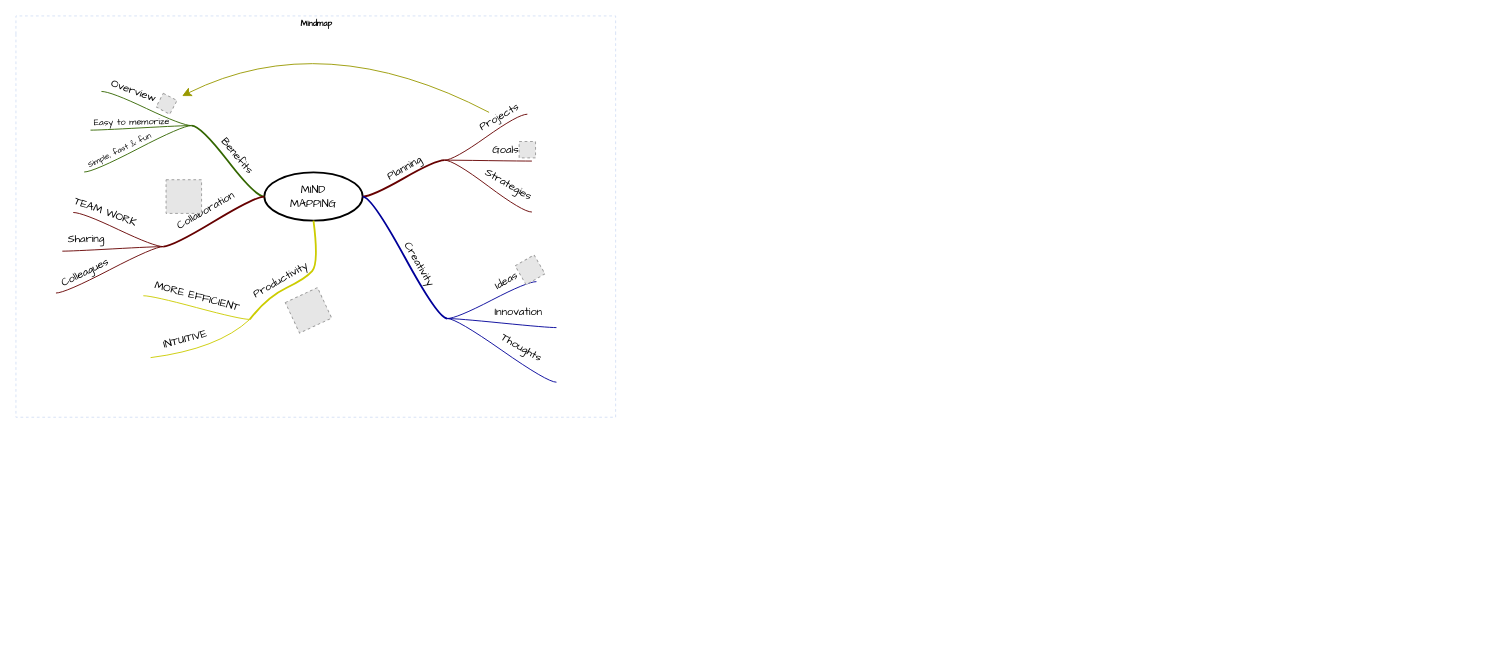
The draw.io diagram Cloud/AWS/Amazon BedRock.drawio in FilledVaccum/MindMaps, before the edit. Source tidied: cells renumbered, new cells numbered last; positions are measured from the earlier drawing's top-left corner, leaving out a move shared by most shapes. Both pictures are drawn from the tidied source at 91%, with x=0, y=0 at pixel (15, 15). Pictures stored in the file or linked from it are replaced by grey dashed boxes.
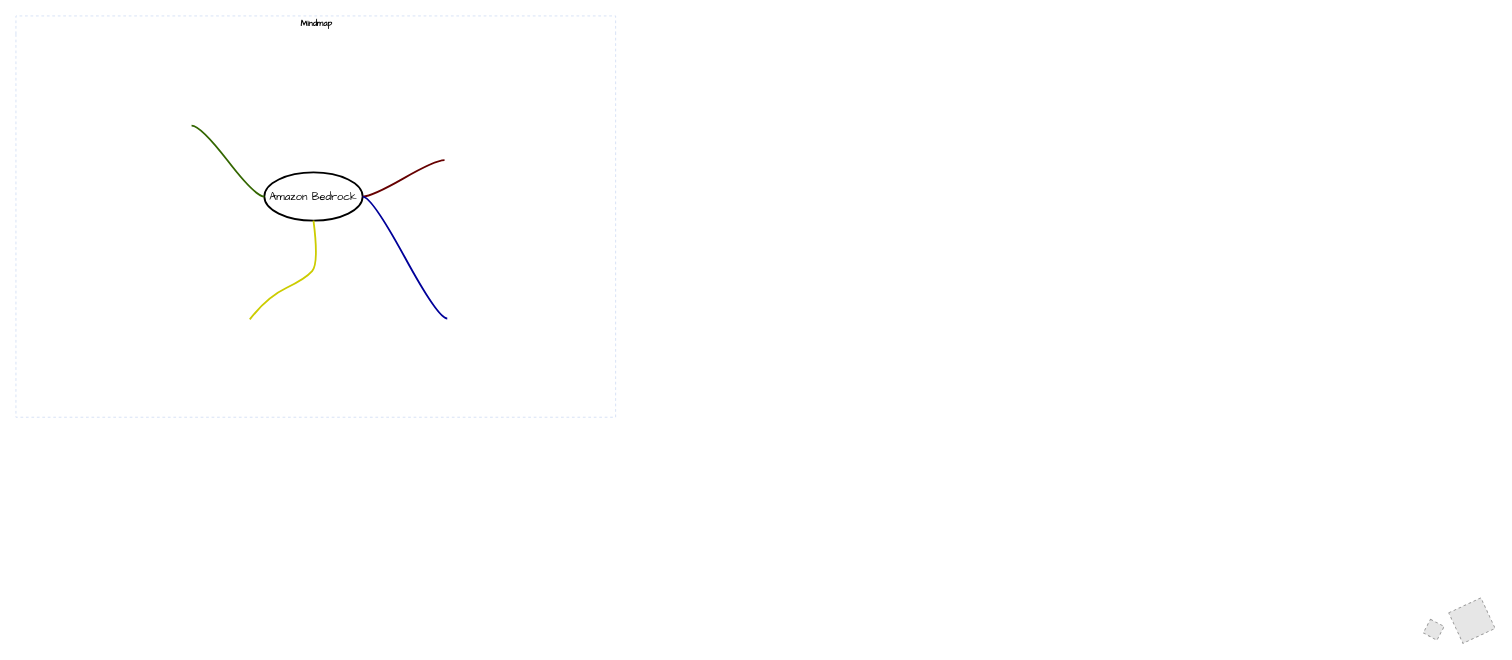
The same page after the edit.

The change refers to these unchanged cells:
```xml
<mxCell id="2" value="Mindmap" style="swimlane;html=1;startSize=20;horizontal=1;containerType=tree;labelBackgroundColor=none;strokeColor=#D4E1F5;strokeWidth=1;fillColor=none;fontFamily=Comic Sans MS;fontSize=9;swimlaneLine=0;dashed=1;" parent="1" vertex="1">
  <mxGeometry width="659" height="441" as="geometry" />
</mxCell>
<mxCell id="4" style="whiteSpace=wrap;html=1;rounded=1;arcSize=50;align=center;verticalAlign=middle;strokeWidth=1;spacing=4;" parent="2" vertex="1">
  <mxGeometry x="471" y="158" height="1" as="geometry" />
</mxCell>
<mxCell id="5" style="edgeStyle=entityRelationEdgeStyle;startArrow=none;endArrow=none;segment=10;curved=1;strokeWidth=2;strokeColor=#660000;rounded=0;fontSize=12;startSize=8;endSize=8;" parent="2" edge="1" source="3" target="4">
  <mxGeometry relative="1" as="geometry" />
</mxCell>
<mxCell id="16" style="whiteSpace=wrap;html=1;rounded=1;arcSize=50;align=center;verticalAlign=middle;strokeWidth=1;spacing=4;" parent="2" vertex="1">
  <mxGeometry x="474" y="332" height="1" as="geometry" />
</mxCell>
<mxCell id="17" style="edgeStyle=entityRelationEdgeStyle;startArrow=none;endArrow=none;segment=10;curved=1;strokeWidth=2;strokeColor=#000099;rounded=0;fontSize=12;startSize=8;endSize=8;" parent="2" edge="1" source="3" target="16">
  <mxGeometry relative="1" as="geometry" />
</mxCell>
<mxCell id="32" style="whiteSpace=wrap;html=1;rounded=1;arcSize=50;align=center;verticalAlign=middle;strokeWidth=1;spacing=4;" parent="2" vertex="1">
  <mxGeometry x="193" y="120" height="1" as="geometry" />
</mxCell>
<mxCell id="33" style="edgeStyle=entityRelationEdgeStyle;startArrow=none;endArrow=none;segment=10;curved=1;strokeWidth=2;strokeColor=#336600;rounded=0;fontSize=12;startSize=8;endSize=8;" parent="2" edge="1" source="3" target="32">
  <mxGeometry relative="1" as="geometry" />
</mxCell>
<mxCell id="61" style="whiteSpace=wrap;html=1;rounded=1;arcSize=50;align=center;verticalAlign=middle;strokeWidth=1;spacing=4;" parent="2" vertex="1">
  <mxGeometry x="257" y="333" height="1" as="geometry" />
</mxCell>
<mxCell id="62" style="startArrow=none;endArrow=none;segment=10;strokeWidth=2;strokeColor=#CCCC00;exitX=0.5;exitY=1;curved=1;rounded=0;fontSize=12;startSize=8;endSize=8;" parent="2" edge="1" source="3" target="61">
  <mxGeometry relative="1" as="geometry">
    <Array as="points">
      <mxPoint x="333" y="272" />
      <mxPoint x="318" y="289" />
      <mxPoint x="276" y="309" />
    </Array>
  </mxGeometry>
</mxCell>
```

The edit, as a diff of the source:
```diff
@@
-    <mxCell id="3" value="&lt;font face=&quot;Comic Sans MS&quot;&gt;MIND&lt;br&gt;MAPPING&lt;/font&gt;" style="ellipse;whiteSpace=wrap;html=1;align=center;strokeWidth=2;" parent="2" vertex="1">
+    <mxCell id="3" value="&lt;font face=&quot;Comic Sans MS&quot;&gt;Amazon Bedrock&lt;br&gt;&lt;/font&gt;" style="ellipse;whiteSpace=wrap;html=1;align=center;strokeWidth=2;" parent="2" vertex="1">
       <mxGeometry x="273" y="172" width="108" height="53" as="geometry" />
     </mxCell>
@@
-    <mxCell id="6" value="Planning" style="text;html=1;align=center;verticalAlign=middle;labelBackgroundColor=none;rotation=-30;fontFamily=Comic Sans MS;" parent="5" vertex="1">
-      <mxGeometry x="0.02" y="2" relative="1" as="geometry">
-        <mxPoint x="1" y="-9" as="offset" />
-      </mxGeometry>
-    </mxCell>
-    <mxCell id="7" style="whiteSpace=wrap;html=1;rounded=1;arcSize=50;align=center;verticalAlign=middle;strokeWidth=1;spacing=4;" parent="2" vertex="1" collapsed="1">
-      <mxGeometry x="562" y="108" width="5" as="geometry" />
-    </mxCell>
-    <mxCell id="8" style="edgeStyle=entityRelationEdgeStyle;startArrow=none;endArrow=none;segment=10;curved=1;strokeColor=#660000;rounded=0;fontSize=12;startSize=8;endSize=8;" parent="2" edge="1" source="4" target="7">
-      <mxGeometry relative="1" as="geometry" />
-    </mxCell>
-    <mxCell id="9" value="Projects" style="text;html=1;points=[];align=center;verticalAlign=middle;labelBackgroundColor=none;fontFamily=Comic Sans MS;rotation=-30;" parent="8" vertex="1">
-      <mxGeometry x="0.26" relative="1" as="geometry">
-        <mxPoint x="3" y="-14" as="offset" />
-      </mxGeometry>
-    </mxCell>
-    <mxCell id="10" style="whiteSpace=wrap;html=1;rounded=1;arcSize=50;align=center;verticalAlign=middle;strokeWidth=1;spacing=4;" parent="2" vertex="1">
-      <mxGeometry x="567" y="159" height="1" as="geometry" />
-    </mxCell>
-    <mxCell id="11" style="edgeStyle=entityRelationEdgeStyle;startArrow=none;endArrow=none;segment=10;curved=1;strokeColor=#660000;rounded=0;fontSize=12;startSize=8;endSize=8;" parent="2" edge="1" source="4" target="10">
-      <mxGeometry relative="1" as="geometry" />
-    </mxCell>
-    <mxCell id="12" value="Goals" style="text;html=1;align=center;verticalAlign=middle;labelBackgroundColor=none;fontFamily=Comic Sans MS;rotation=0;" parent="11" vertex="1">
-      <mxGeometry x="-0.11" y="-1" relative="1" as="geometry">
-        <mxPoint x="24" y="-12" as="offset" />
-      </mxGeometry>
-    </mxCell>
-    <mxCell id="13" style="whiteSpace=wrap;html=1;rounded=1;arcSize=50;align=center;verticalAlign=middle;strokeWidth=1;spacing=4;" parent="2" vertex="1">
-      <mxGeometry x="567" y="215" height="1" as="geometry" />
-    </mxCell>
-    <mxCell id="14" style="edgeStyle=entityRelationEdgeStyle;startArrow=none;endArrow=none;segment=10;curved=1;strokeColor=#660000;rounded=0;fontSize=12;startSize=8;endSize=8;" parent="2" edge="1" source="4" target="13">
-      <mxGeometry relative="1" as="geometry" />
-    </mxCell>
-    <mxCell id="15" value="Strategies" style="text;html=1;align=center;verticalAlign=middle;labelBackgroundColor=none;fontFamily=Comic Sans MS;rotation=30;" parent="14" vertex="1">
-      <mxGeometry x="-0.11" y="-1" relative="1" as="geometry">
-        <mxPoint x="28" y="1" as="offset" />
-      </mxGeometry>
-    </mxCell>
@@
-    <mxCell id="18" value="Creativity" style="text;html=1;align=center;verticalAlign=middle;labelBackgroundColor=none;rotation=60;fontFamily=Comic Sans MS;" parent="17" vertex="1">
-      <mxGeometry x="0.02" y="2" relative="1" as="geometry">
-        <mxPoint x="13" y="6" as="offset" />
-      </mxGeometry>
-    </mxCell>
-    <mxCell id="19" style="whiteSpace=wrap;html=1;rounded=1;arcSize=50;align=center;verticalAlign=middle;strokeWidth=1;spacing=4;" parent="2" vertex="1">
-      <mxGeometry x="572" y="292" width="5" as="geometry" />
-    </mxCell>
-    <mxCell id="20" style="edgeStyle=entityRelationEdgeStyle;startArrow=none;endArrow=none;segment=10;curved=1;strokeColor=#000099;rounded=0;fontSize=12;startSize=8;endSize=8;" parent="2" edge="1" source="16" target="19">
-      <mxGeometry relative="1" as="geometry" />
-    </mxCell>
-    <mxCell id="21" value="Ideas" style="text;html=1;align=center;verticalAlign=middle;labelBackgroundColor=none;fontFamily=Comic Sans MS;rotation=-30;" parent="20" vertex="1">
-      <mxGeometry x="0.26" relative="1" as="geometry">
-        <mxPoint x="3" y="-14" as="offset" />
-      </mxGeometry>
-    </mxCell>
-    <mxCell id="22" style="whiteSpace=wrap;html=1;rounded=1;arcSize=50;align=center;verticalAlign=middle;strokeWidth=1;spacing=4;" parent="2" vertex="1">
-      <mxGeometry x="594" y="342" height="1" as="geometry" />
-    </mxCell>
-    <mxCell id="23" style="edgeStyle=entityRelationEdgeStyle;startArrow=none;endArrow=none;segment=10;curved=1;strokeColor=#000099;rounded=0;fontSize=12;startSize=8;endSize=8;" parent="2" edge="1" source="16" target="22">
-      <mxGeometry relative="1" as="geometry" />
-    </mxCell>
-    <mxCell id="24" value="Innovation" style="text;html=1;align=center;verticalAlign=middle;labelBackgroundColor=none;fontFamily=Comic Sans MS;rotation=0;" parent="23" vertex="1">
-      <mxGeometry x="-0.11" y="-1" relative="1" as="geometry">
-        <mxPoint x="24" y="-12" as="offset" />
-      </mxGeometry>
-    </mxCell>
-    <mxCell id="25" style="whiteSpace=wrap;html=1;rounded=1;arcSize=50;align=center;verticalAlign=middle;strokeWidth=1;spacing=4;" parent="2" vertex="1">
-      <mxGeometry x="594" y="402" height="1" as="geometry" />
-    </mxCell>
-    <mxCell id="26" style="edgeStyle=entityRelationEdgeStyle;startArrow=none;endArrow=none;segment=10;curved=1;strokeColor=#000099;rounded=0;fontSize=12;startSize=8;endSize=8;" parent="2" edge="1" source="16" target="25">
-      <mxGeometry relative="1" as="geometry" />
-    </mxCell>
-    <mxCell id="27" value="Thoughts" style="text;html=1;align=center;verticalAlign=middle;labelBackgroundColor=none;fontFamily=Comic Sans MS;rotation=30;" parent="26" vertex="1">
-      <mxGeometry x="-0.11" y="-1" relative="1" as="geometry">
-        <mxPoint x="28" y="1" as="offset" />
-      </mxGeometry>
-    </mxCell>
-    <mxCell id="28" style="fillColor=#E6E6E6;strokeColor=#999999;dashed=1;html=1;verticalAlign=top;verticalLabelPosition=bottom;labelBackgroundColor=#ffffff;fontFamily=Comic Sans MS;rotation=-30;" parent="2" vertex="1">
-      <mxGeometry x="553" y="267" width="24" height="24" as="geometry" />
-    </mxCell>
-    <mxCell id="29" style="edgeStyle=entityRelationEdgeStyle;jumpStyle=arc;html=1;endArrow=classicThin;endFill=1;jettySize=auto;strokeColor=none;strokeWidth=2;fontFamily=Comic Sans MS;rounded=0;fontSize=12;startSize=8;endSize=8;curved=1;" parent="2" edge="1" source="19" target="28">
-      <mxGeometry relative="1" as="geometry" />
-    </mxCell>
-    <mxCell id="30" style="fillColor=#E6E6E6;strokeColor=#999999;dashed=1;html=1;verticalAlign=top;verticalLabelPosition=bottom;labelBackgroundColor=#ffffff;fontFamily=Comic Sans MS;" parent="2" vertex="1">
-      <mxGeometry x="553" y="138" width="18" height="18" as="geometry" />
-    </mxCell>
-    <mxCell id="31" style="edgeStyle=entityRelationEdgeStyle;jumpStyle=arc;html=1;endArrow=classicThin;endFill=1;jettySize=auto;strokeColor=none;strokeWidth=2;fontFamily=Comic Sans MS;rounded=0;fontSize=12;startSize=8;endSize=8;curved=1;" parent="2" edge="1" source="10" target="30">
-      <mxGeometry relative="1" as="geometry" />
-    </mxCell>
@@
-    <mxCell id="34" value="Benefits" style="text;html=1;align=center;verticalAlign=middle;labelBackgroundColor=none;rotation=50;fontFamily=Comic Sans MS;" parent="33" vertex="1">
-      <mxGeometry x="0.02" y="2" relative="1" as="geometry">
-        <mxPoint x="12" y="-7" as="offset" />
-      </mxGeometry>
-    </mxCell>
-    <mxCell id="35" style="whiteSpace=wrap;html=1;rounded=1;arcSize=50;align=center;verticalAlign=middle;strokeWidth=1;spacing=4;" parent="2" vertex="1">
-      <mxGeometry x="75" y="171" height="1" as="geometry" />
-    </mxCell>
-    <mxCell id="36" style="edgeStyle=entityRelationEdgeStyle;startArrow=none;endArrow=none;segment=10;curved=1;strokeColor=#336600;rounded=0;fontSize=12;startSize=8;endSize=8;" parent="2" edge="1" source="32" target="35">
-      <mxGeometry relative="1" as="geometry" />
-    </mxCell>
-    <mxCell id="37" value="Simple, fast &amp;amp; fun" style="text;html=1;align=center;verticalAlign=middle;labelBackgroundColor=none;fontFamily=Comic Sans MS;rotation=-26;fontSize=9;" parent="36" vertex="1">
-      <mxGeometry x="-0.11" y="-1" relative="1" as="geometry">
-        <mxPoint x="-27" y="7" as="offset" />
-      </mxGeometry>
-    </mxCell>
-    <mxCell id="38" style="whiteSpace=wrap;html=1;rounded=1;arcSize=50;align=center;verticalAlign=middle;strokeWidth=1;spacing=4;" parent="2" vertex="1">
-      <mxGeometry x="82" y="125" height="1" as="geometry" />
-    </mxCell>
-    <mxCell id="39" style="edgeStyle=entityRelationEdgeStyle;startArrow=none;endArrow=none;segment=10;curved=1;strokeColor=#336600;rounded=0;fontSize=12;startSize=8;endSize=8;" parent="2" edge="1" source="32" target="38">
-      <mxGeometry relative="1" as="geometry" />
-    </mxCell>
-    <mxCell id="40" value="Easy to memorize" style="text;html=1;align=center;verticalAlign=middle;labelBackgroundColor=none;fontFamily=Comic Sans MS;rotation=-1;fontSize=10;" parent="39" vertex="1">
-      <mxGeometry x="-0.11" y="-1" relative="1" as="geometry">
-        <mxPoint x="-18" y="-6" as="offset" />
-      </mxGeometry>
-    </mxCell>
-    <mxCell id="41" style="whiteSpace=wrap;html=1;rounded=1;arcSize=50;align=center;verticalAlign=middle;strokeWidth=1;spacing=4;" parent="2" vertex="1" collapsed="1">
-      <mxGeometry x="89" y="83" width="5" as="geometry" />
-    </mxCell>
-    <mxCell id="42" style="edgeStyle=entityRelationEdgeStyle;startArrow=none;endArrow=none;segment=10;curved=1;strokeColor=#336600;rounded=0;fontSize=12;startSize=8;endSize=8;" parent="2" edge="1" source="32" target="41">
-      <mxGeometry relative="1" as="geometry" />
-    </mxCell>
-    <mxCell id="43" value="Overview" style="text;html=1;align=center;verticalAlign=middle;labelBackgroundColor=none;fontFamily=Comic Sans MS;rotation=20;" parent="42" vertex="1">
-      <mxGeometry x="0.26" relative="1" as="geometry">
-        <mxPoint x="-2" y="-13" as="offset" />
-      </mxGeometry>
-    </mxCell>
-    <mxCell id="44" style="fillColor=#E6E6E6;strokeColor=#999999;dashed=1;html=1;verticalAlign=top;verticalLabelPosition=bottom;labelBackgroundColor=#ffffff;fontFamily=Comic Sans MS;fontSize=10;rotation=28;" parent="2" vertex="1">
-      <mxGeometry x="157" y="88" width="17" height="17" as="geometry" />
-    </mxCell>
-    <mxCell id="45" style="endArrow=classic;html=1;curved=1;sourcePerimeterSpacing=10;strokeColor=#999900;targetPerimeterSpacing=7;rounded=0;fontSize=12;startSize=8;endSize=8;" parent="2" edge="1" source="9" target="44">
-      <mxGeometry relative="1" as="geometry">
-        <Array as="points">
-          <mxPoint x="338" y="11" />
-        </Array>
-      </mxGeometry>
-    </mxCell>
-    <mxCell id="46" style="jumpStyle=arc;html=1;endArrow=classicThin;endFill=1;jettySize=auto;strokeColor=none;strokeWidth=2;fontFamily=Comic Sans MS;fontSize=10;rounded=0;startSize=8;endSize=8;curved=1;" parent="2" edge="1" source="32" target="44">
-      <mxGeometry relative="1" as="geometry" />
-    </mxCell>
-    <mxCell id="47" style="whiteSpace=wrap;html=1;rounded=1;arcSize=50;align=center;verticalAlign=middle;strokeWidth=1;spacing=4;" parent="2" vertex="1">
-      <mxGeometry x="162" y="253" height="1" as="geometry" />
-    </mxCell>
-    <mxCell id="48" style="edgeStyle=entityRelationEdgeStyle;startArrow=none;endArrow=none;segment=10;curved=1;strokeWidth=2;strokeColor=#660000;rounded=0;fontSize=12;startSize=8;endSize=8;" parent="2" edge="1" source="3" target="47">
-      <mxGeometry relative="1" as="geometry" />
-    </mxCell>
-    <mxCell id="49" value="Collaboration" style="text;html=1;align=center;verticalAlign=middle;labelBackgroundColor=none;rotation=-30;fontFamily=Comic Sans MS;" parent="48" vertex="1">
-      <mxGeometry x="0.02" y="2" relative="1" as="geometry">
-        <mxPoint x="-10" y="-13" as="offset" />
-      </mxGeometry>
-    </mxCell>
-    <mxCell id="50" style="whiteSpace=wrap;html=1;rounded=1;arcSize=50;align=center;verticalAlign=middle;strokeWidth=1;spacing=4;" parent="2" vertex="1">
-      <mxGeometry x="44" y="304" height="1" as="geometry" />
-    </mxCell>
-    <mxCell id="51" style="edgeStyle=entityRelationEdgeStyle;startArrow=none;endArrow=none;segment=10;curved=1;strokeColor=#660000;rounded=0;fontSize=12;startSize=8;endSize=8;" parent="2" edge="1" source="47" target="50">
-      <mxGeometry relative="1" as="geometry" />
-    </mxCell>
-    <mxCell id="52" value="Colleagues" style="text;html=1;align=center;verticalAlign=middle;labelBackgroundColor=none;fontFamily=Comic Sans MS;rotation=-26;fontSize=12;" parent="51" vertex="1">
-      <mxGeometry x="-0.11" y="-1" relative="1" as="geometry">
-        <mxPoint x="-34" y="8" as="offset" />
-      </mxGeometry>
-    </mxCell>
-    <mxCell id="53" style="whiteSpace=wrap;html=1;rounded=1;arcSize=50;align=center;verticalAlign=middle;strokeWidth=1;spacing=4;" parent="2" vertex="1">
-      <mxGeometry x="51" y="258" height="1" as="geometry" />
-    </mxCell>
-    <mxCell id="54" style="edgeStyle=entityRelationEdgeStyle;startArrow=none;endArrow=none;segment=10;curved=1;strokeColor=#660000;rounded=0;fontSize=12;startSize=8;endSize=8;" parent="2" edge="1" source="47" target="53">
-      <mxGeometry relative="1" as="geometry" />
-    </mxCell>
-    <mxCell id="55" value="Sharing" style="text;html=1;align=center;verticalAlign=middle;labelBackgroundColor=none;fontFamily=Comic Sans MS;rotation=-1;fontSize=12;" parent="54" vertex="1">
-      <mxGeometry x="-0.11" y="-1" relative="1" as="geometry">
-        <mxPoint x="-37" y="-9" as="offset" />
-      </mxGeometry>
-    </mxCell>
-    <mxCell id="56" style="whiteSpace=wrap;html=1;rounded=1;arcSize=50;align=center;verticalAlign=middle;strokeWidth=1;spacing=4;" parent="2" vertex="1" collapsed="1">
-      <mxGeometry x="58" y="216" width="5" as="geometry" />
-    </mxCell>
-    <mxCell id="57" style="edgeStyle=entityRelationEdgeStyle;startArrow=none;endArrow=none;segment=10;curved=1;strokeColor=#660000;rounded=0;fontSize=12;startSize=8;endSize=8;" parent="2" edge="1" source="47" target="56">
-      <mxGeometry relative="1" as="geometry" />
-    </mxCell>
-    <mxCell id="58" value="TEAM WORK" style="text;html=1;align=center;verticalAlign=middle;labelBackgroundColor=none;fontFamily=Comic Sans MS;rotation=20;" parent="57" vertex="1">
-      <mxGeometry x="0.26" relative="1" as="geometry">
-        <mxPoint x="-2" y="-13" as="offset" />
-      </mxGeometry>
-    </mxCell>
-    <mxCell id="59" style="fillColor=#E6E6E6;strokeColor=#999999;dashed=1;html=1;verticalAlign=top;verticalLabelPosition=bottom;labelBackgroundColor=#ffffff;fontFamily=Comic Sans MS;fontSize=12;fontColor=#000000;align=center;" parent="2" vertex="1">
-      <mxGeometry x="165" y="180" width="39" height="37" as="geometry" />
-    </mxCell>
-    <mxCell id="60" style="edgeStyle=none;jumpStyle=arc;html=1;entryX=0.5;entryY=1;entryPerimeter=0;endArrow=classicThin;endFill=1;jettySize=auto;strokeColor=none;strokeWidth=2;fontFamily=Comic Sans MS;fontSize=12;rounded=0;startSize=8;endSize=8;curved=1;" parent="2" edge="1" source="47" target="59">
-      <mxGeometry relative="1" as="geometry" />
-    </mxCell>
@@
-    <mxCell id="63" value="Productivity" style="text;html=1;align=center;verticalAlign=middle;labelBackgroundColor=none;rotation=-30;fontFamily=Comic Sans MS;" parent="62" vertex="1">
-      <mxGeometry x="0.02" y="2" relative="1" as="geometry">
-        <mxPoint x="-24" y="-2" as="offset" />
-      </mxGeometry>
-    </mxCell>
-    <mxCell id="64" style="whiteSpace=wrap;html=1;rounded=1;arcSize=50;align=center;verticalAlign=middle;strokeWidth=1;spacing=4;" parent="2" vertex="1">
-      <mxGeometry x="148" y="375" height="1" as="geometry" />
-    </mxCell>
-    <mxCell id="65" style="startArrow=none;endArrow=none;segment=10;strokeColor=#CCCC00;curved=1;rounded=0;fontSize=12;startSize=8;endSize=8;" parent="2" edge="1" source="61" target="64">
-      <mxGeometry relative="1" as="geometry">
-        <Array as="points">
-          <mxPoint x="222" y="366" />
-        </Array>
-      </mxGeometry>
-    </mxCell>
-    <mxCell id="66" value="INTUITIVE" style="text;html=1;align=center;verticalAlign=middle;labelBackgroundColor=none;fontFamily=Comic Sans MS;rotation=-15;fontSize=12;" parent="65" vertex="1">
-      <mxGeometry x="-0.11" y="-1" relative="1" as="geometry">
-        <mxPoint x="-30" y="-10" as="offset" />
-      </mxGeometry>
-    </mxCell>
-    <mxCell id="67" style="whiteSpace=wrap;html=1;rounded=1;arcSize=50;align=center;verticalAlign=middle;strokeWidth=1;spacing=4;" parent="2" vertex="1">
-      <mxGeometry x="140" y="307" height="1" as="geometry" />
-    </mxCell>
-    <mxCell id="68" style="edgeStyle=entityRelationEdgeStyle;startArrow=none;endArrow=none;segment=10;curved=1;strokeColor=#CCCC00;rounded=0;fontSize=12;startSize=8;endSize=8;" parent="2" edge="1" source="61" target="67">
-      <mxGeometry relative="1" as="geometry" />
-    </mxCell>
-    <mxCell id="69" value="MORE EFFICIENT" style="text;html=1;align=center;verticalAlign=middle;labelBackgroundColor=none;fontFamily=Comic Sans MS;rotation=15;fontSize=12;" parent="68" vertex="1">
-      <mxGeometry x="-0.11" y="-1" relative="1" as="geometry">
-        <mxPoint x="-6" y="-13" as="offset" />
-      </mxGeometry>
-    </mxCell>
-    <mxCell id="70" style="fillColor=#E6E6E6;strokeColor=#999999;dashed=1;html=1;verticalAlign=top;verticalLabelPosition=bottom;labelBackgroundColor=#ffffff;fontFamily=Comic Sans MS;fontSize=12;fontColor=#000000;align=center;rotation=-25;" parent="2" vertex="1">
-      <mxGeometry x="302" y="305" width="39" height="37" as="geometry" />
+    <mxCell id="70" style="fillColor=#E6E6E6;strokeColor=#999999;dashed=1;html=1;verticalAlign=top;verticalLabelPosition=bottom;labelBackgroundColor=#ffffff;fontFamily=Comic Sans MS;fontSize=12;fontColor=#000000;align=center;rotation=-25;" parent="1" vertex="1">
+      <mxGeometry x="1580.5" y="646" width="39" height="37" as="geometry" />
     </mxCell>
-    <mxCell id="71" style="edgeStyle=none;jumpStyle=arc;html=1;entryX=0.5;entryY=1;entryPerimeter=0;endArrow=classicThin;endFill=1;jettySize=auto;strokeColor=none;strokeWidth=2;fontFamily=Comic Sans MS;fontSize=12;rounded=0;startSize=8;endSize=8;curved=1;" parent="2" edge="1" source="61" target="70">
+    <mxCell id="71" style="edgeStyle=none;jumpStyle=arc;html=1;entryX=0.5;entryY=1;entryPerimeter=0;endArrow=classicThin;endFill=1;jettySize=auto;strokeColor=none;strokeWidth=2;fontFamily=Comic Sans MS;fontSize=12;rounded=0;startSize=8;endSize=8;curved=1;" parent="1" edge="1" source="61" target="70">
       <mxGeometry relative="1" as="geometry" />
     </mxCell>
+    <mxCell id="44" style="fillColor=#E6E6E6;strokeColor=#999999;dashed=1;html=1;verticalAlign=top;verticalLabelPosition=bottom;labelBackgroundColor=#ffffff;fontFamily=Comic Sans MS;fontSize=10;rotation=28;" parent="1" vertex="1">
+      <mxGeometry x="1549.5" y="666" width="17" height="17" as="geometry" />
+    </mxCell>
+    <mxCell id="46" style="jumpStyle=arc;html=1;endArrow=classicThin;endFill=1;jettySize=auto;strokeColor=none;strokeWidth=2;fontFamily=Comic Sans MS;fontSize=10;rounded=0;startSize=8;endSize=8;curved=1;" parent="1" edge="1" source="32" target="44">
+      <mxGeometry relative="1" as="geometry" />
+    </mxCell>
```
